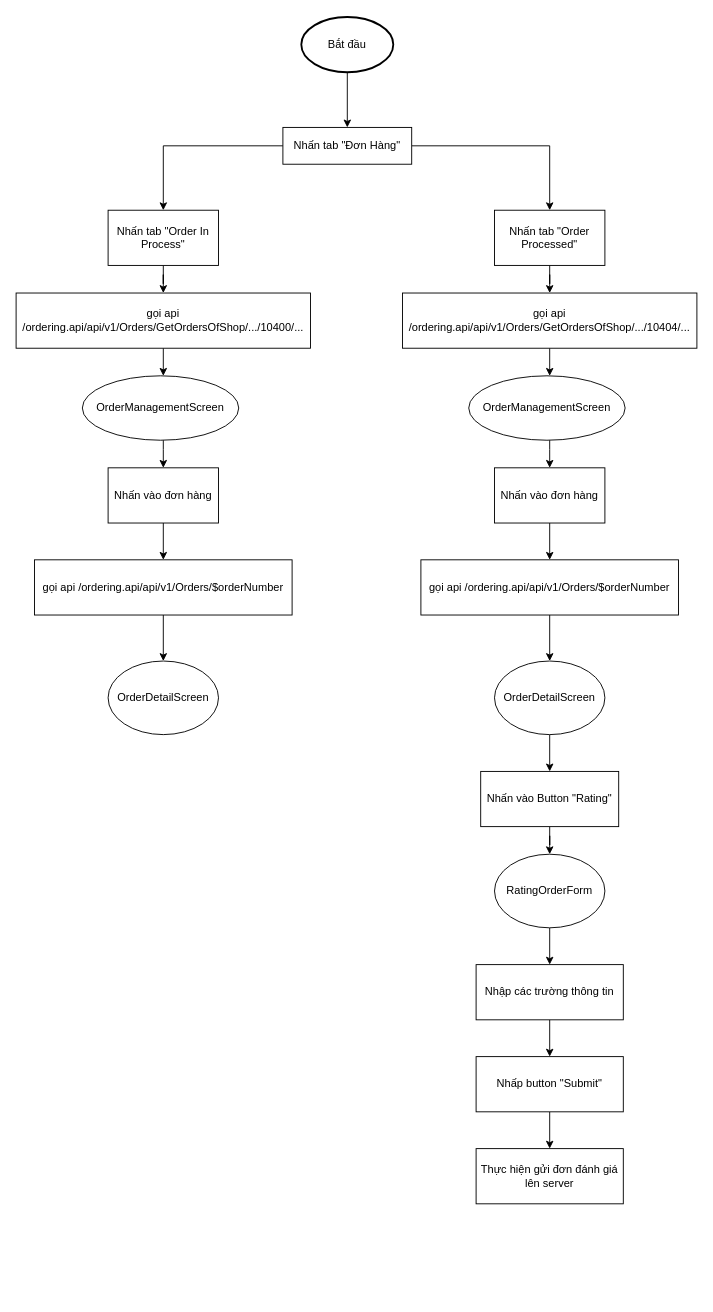
This is page "Flowchart" (1 of 5) of OrderManagement Diagram.drawio from Alars99/diagram, a draw.io file, before an edit. Source tidied: cells renumbered, new cells numbered last; positions are measured from the earlier drawing's top-left corner, leaving out a move shared by most shapes. Both pictures are drawn from the tidied source at 92%, with x=0, y=0 at pixel (16, 17).
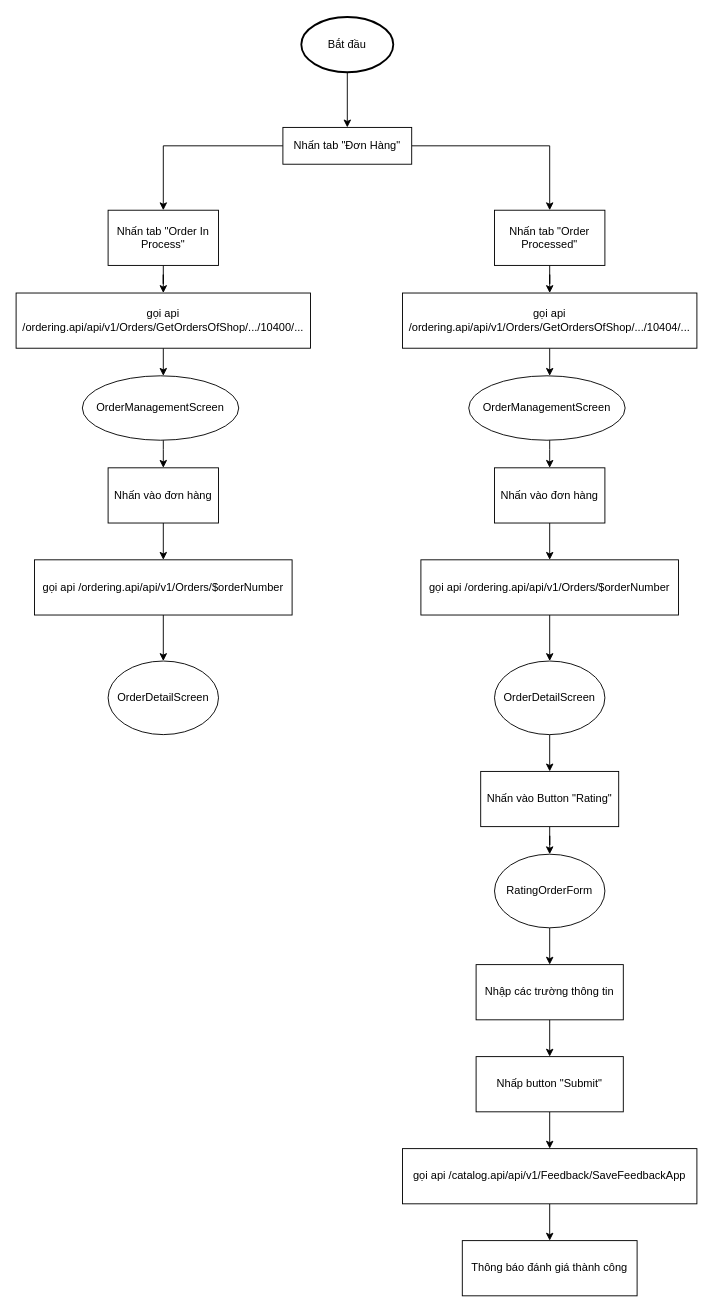
The same diagram, later.

What changed in the source:
```diff
@@
+    <mxCell id="39" style="edgeStyle=orthogonalEdgeStyle;rounded=0;jettySize=auto;html=1;" parent="1" edge="1" source="38" target="40">
+      <mxGeometry relative="1" as="geometry" />
+    </mxCell>
-    <mxCell id="38" value="Thực hiện gửi đơn đánh giá lên server" style="rounded=0;whiteSpace=wrap;html=1;" parent="1" vertex="1">
-      <mxGeometry x="500" y="1230" width="160" height="60" as="geometry" />
+    <mxCell id="38" value="&lt;span&gt;gọi api&amp;nbsp;&lt;/span&gt;&lt;span&gt;/catalog.api/api/v1/Feedback/SaveFeedbackApp&lt;/span&gt;" style="rounded=0;whiteSpace=wrap;html=1;" parent="1" vertex="1">
+      <mxGeometry x="420" y="1230" width="320" height="60" as="geometry" />
     </mxCell>
+    <mxCell id="40" value="Thông báo đánh giá thành công" style="rounded=0;whiteSpace=wrap;html=1;" parent="1" vertex="1">
+      <mxGeometry x="485" y="1330" width="190" height="60" as="geometry" />
+    </mxCell>
```
